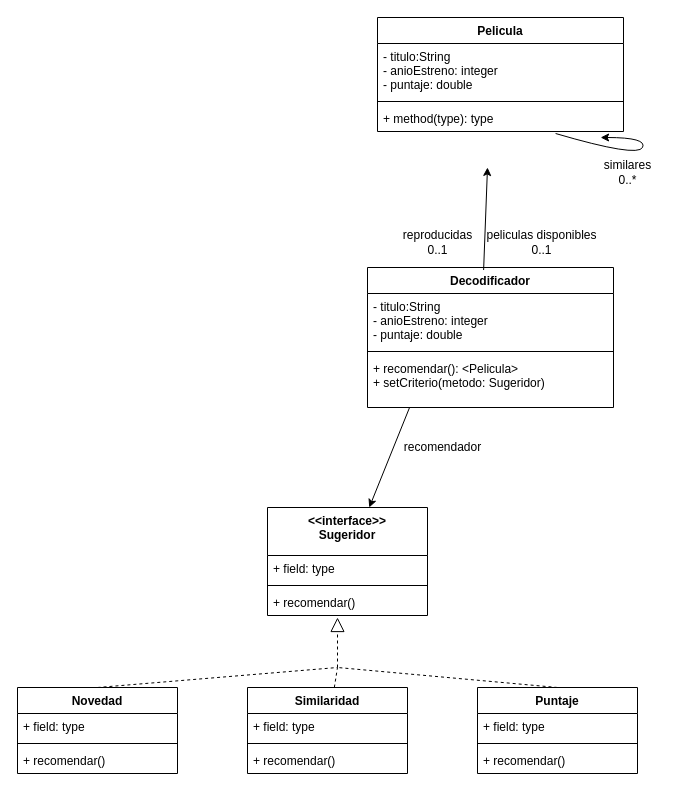
The draw.io diagram ejercicio4TP3.drawio in ssofiaavila/OO2--Informatica-UNLP, before the edit. Source tidied: cells renumbered, new cells numbered last; positions are measured from the earlier drawing's top-left corner, leaving out a move shared by most shapes. Both pictures are drawn from the tidied source at 100%, with x=0, y=0 at pixel (17, 17).
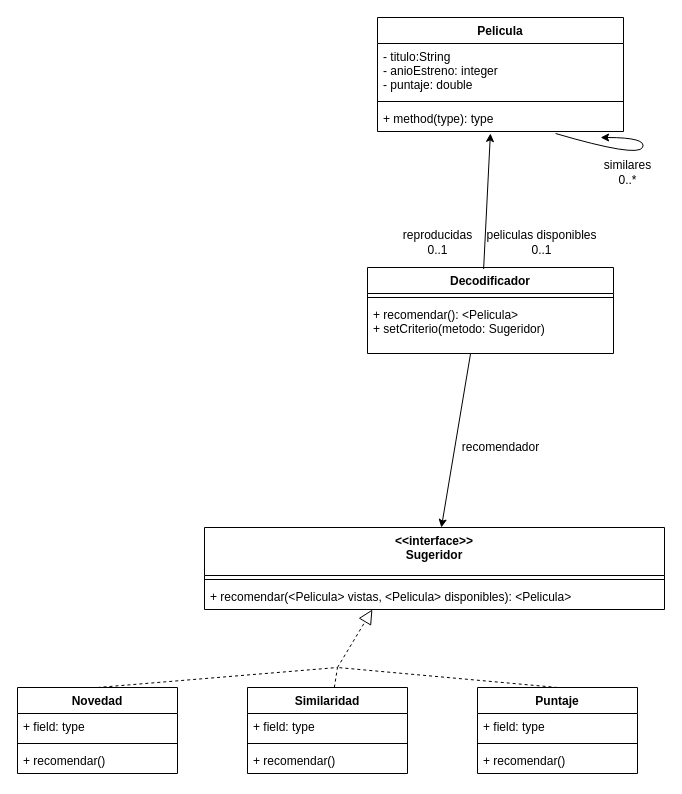
After the change.

Unchanged cells that the change refers to:
```xml
<mxCell id="5" value="+ method(type): type" style="text;strokeColor=none;fillColor=none;align=left;verticalAlign=top;spacingLeft=4;spacingRight=4;overflow=hidden;points=[[0,0.5],[1,0.5]];portConstraint=eastwest;" parent="2" vertex="1">
  <mxGeometry y="88" width="246" height="26" as="geometry" />
</mxCell>
```

Change to the diagram source:
```diff
@@
     <mxCell id="7" value="Decodificador" style="swimlane;fontStyle=1;align=center;verticalAlign=top;horizontal=1;startSize=26;" parent="1" vertex="1">
-      <mxGeometry x="350" y="250" width="246" height="140" as="geometry" />
+      <mxGeometry x="350" y="250" width="246" height="86" as="geometry" />
     </mxCell>
-    <mxCell id="8" value="- titulo:String&#10;- anioEstreno: integer&#10;- puntaje: double&#10;" style="text;strokeColor=none;fillColor=none;align=left;verticalAlign=top;spacingLeft=4;spacingRight=4;overflow=hidden;" parent="7" vertex="1">
-      <mxGeometry y="26" width="246" height="54" as="geometry" />
-    </mxCell>
     <mxCell id="9" style="line;strokeWidth=1;fillColor=none;align=left;verticalAlign=middle;spacingTop=-1;spacingLeft=3;spacingRight=3;labelPosition=right;" parent="7" vertex="1">
-      <mxGeometry y="80" width="246" height="8" as="geometry" />
+      <mxGeometry y="26" width="246" height="8" as="geometry" />
     </mxCell>
     <mxCell id="10" value="+ recomendar(): &lt;Pelicula&gt;&#10;+ setCriterio(metodo: Sugeridor)" style="text;strokeColor=none;fillColor=none;align=left;verticalAlign=top;spacingLeft=4;spacingRight=4;overflow=hidden;points=[[0,0.5],[1,0.5]];portConstraint=eastwest;" parent="7" vertex="1">
-      <mxGeometry y="88" width="246" height="52" as="geometry" />
+      <mxGeometry y="34" width="246" height="52" as="geometry" />
     </mxCell>
-    <mxCell id="11" style="endArrow=classic;html=1;rounded=0;exitX=0.472;exitY=0.018;exitDx=0;exitDy=0;exitPerimeter=0;" parent="1" edge="1" source="7">
-      <mxGeometry relative="1" as="geometry">
-        <mxPoint x="470" y="150" as="targetPoint" />
-      </mxGeometry>
+    <mxCell id="11" style="endArrow=classic;html=1;rounded=0;exitX=0.472;exitY=0.018;exitDx=0;exitDy=0;exitPerimeter=0;entryX=0.459;entryY=1.077;entryDx=0;entryDy=0;entryPerimeter=0;" parent="1" edge="1" source="7" target="5">
+      <mxGeometry relative="1" as="geometry" />
     </mxCell>
@@
     <mxCell id="14" value="&lt;&lt;interface&gt;&gt;&#10;Sugeridor" style="swimlane;fontStyle=1;align=center;verticalAlign=top;horizontal=1;startSize=48;" parent="1" vertex="1">
-      <mxGeometry x="250" y="490" width="160" height="108" as="geometry" />
+      <mxGeometry x="187" y="510" width="460" height="82" as="geometry" />
     </mxCell>
-    <mxCell id="15" value="+ field: type" style="text;strokeColor=none;fillColor=none;align=left;verticalAlign=top;spacingLeft=4;spacingRight=4;overflow=hidden;" parent="14" vertex="1">
-      <mxGeometry y="48" width="160" height="26" as="geometry" />
-    </mxCell>
     <mxCell id="16" style="line;strokeWidth=1;fillColor=none;align=left;verticalAlign=middle;spacingTop=-1;spacingLeft=3;spacingRight=3;labelPosition=right;" parent="14" vertex="1">
-      <mxGeometry y="74" width="160" height="8" as="geometry" />
+      <mxGeometry y="48" width="460" height="8" as="geometry" />
     </mxCell>
-    <mxCell id="17" value="+ recomendar()" style="text;strokeColor=none;fillColor=none;align=left;verticalAlign=top;spacingLeft=4;spacingRight=4;overflow=hidden;points=[[0,0.5],[1,0.5]];portConstraint=eastwest;" parent="14" vertex="1">
-      <mxGeometry y="82" width="160" height="26" as="geometry" />
+    <mxCell id="17" value="+ recomendar(&lt;Pelicula&gt; vistas, &lt;Pelicula&gt; disponibles): &lt;Pelicula&gt;" style="text;strokeColor=none;fillColor=none;align=left;verticalAlign=top;spacingLeft=4;spacingRight=4;overflow=hidden;points=[[0,0.5],[1,0.5]];portConstraint=eastwest;" parent="14" vertex="1">
+      <mxGeometry y="56" width="460" height="26" as="geometry" />
     </mxCell>
-    <mxCell id="18" style="endArrow=classic;html=1;rounded=0;exitX=0.171;exitY=1;exitDx=0;exitDy=0;exitPerimeter=0;" parent="1" edge="1" source="10" target="14">
+    <mxCell id="18" style="endArrow=classic;html=1;rounded=0;exitX=0.419;exitY=1;exitDx=0;exitDy=0;exitPerimeter=0;" parent="1" edge="1" source="10" target="14">
       <mxGeometry relative="1" as="geometry" />
     </mxCell>
     <mxCell id="19" value="recomendador" style="text;html=1;align=center;verticalAlign=middle;strokeColor=none;fillColor=none;" parent="1" vertex="1">
-      <mxGeometry x="380" y="420" width="90" height="20" as="geometry" />
+      <mxGeometry x="438" y="420" width="90" height="20" as="geometry" />
     </mxCell>
@@
-    <mxCell id="32" style="endArrow=block;dashed=1;endFill=0;endSize=12;html=1;rounded=0;" parent="1" edge="1">
+    <mxCell id="32" style="endArrow=block;dashed=1;endFill=0;endSize=12;html=1;rounded=0;entryX=0.365;entryY=1;entryDx=0;entryDy=0;entryPerimeter=0;" parent="1" edge="1" target="17">
       <mxGeometry relative="1" as="geometry">
         <mxPoint x="320" y="650" as="sourcePoint" />
-        <mxPoint x="320" y="600" as="targetPoint" />
       </mxGeometry>
     </mxCell>
```
